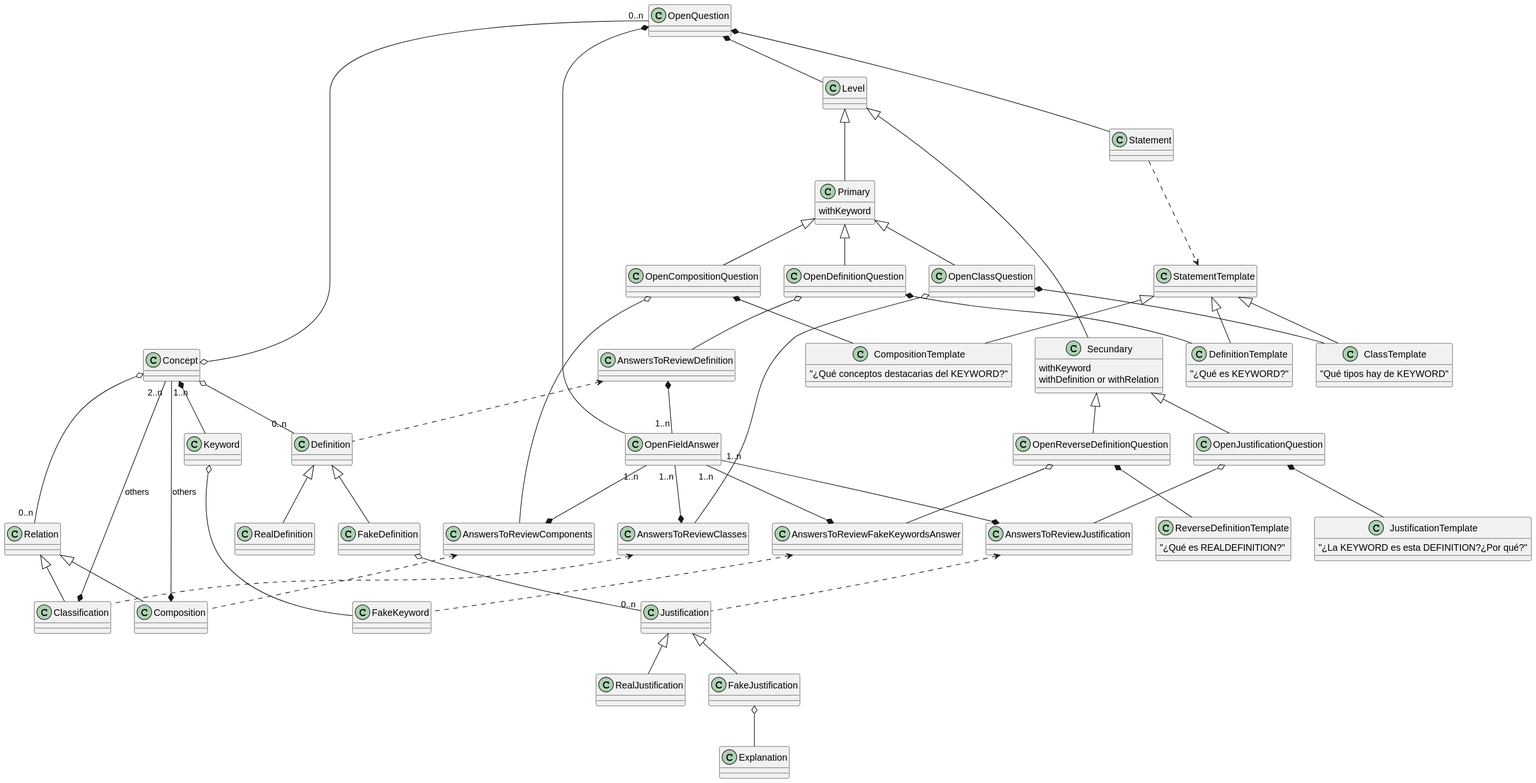
Before: out/doc/dominio_detail_concept/ConceptDomainDetail.svg, a diagram exported from PlantUML (Joselon/ProyectoOpoTest). The source it was exported from:
```plantuml
@startuml ConceptDomainDetail

class Concept

class Keyword

class FakeKeyword

class Definition

class RealDefinition

class FakeDefinition

class Justification

class RealJustification

class FakeJustification

class Explanation

class Relation

class Classification

class Composition

class Level

class Primary {
    withKeyword
}

class Secundary {
    withKeyword
    withDefinition or withRelation
}

class OpenDefinitionQuestion

class OpenClassQuestion

class OpenCompositionQuestion

class OpenReverseDefinitionQuestion

class OpenJustificationQuestion

class OpenQuestion

class Statement

class StatementTemplate


class DefinitionTemplate {
    "¿Qué es KEYWORD?"
}

class ClassTemplate {
    "Qué tipos hay de KEYWORD"
}

class CompositionTemplate {
 "¿Qué conceptos destacarias del KEYWORD?"
}

class JustificationTemplate {
 "¿La KEYWORD es esta DEFINITION?¿Por qué?"
}

class ReverseDefinitionTemplate {
    "¿Qué es REALDEFINITION?"
}

class OpenFieldAnswer

class AnswersToReviewDefinition

class AnswersToReviewJustification

class AnswersToReviewFakeKeywordsAnswer

class AnswersToReviewClasses

OpenQuestion "0..n" -o Concept
OpenQuestion *-- OpenFieldAnswer

Concept *-- Keyword

Concept o--"0..n" Definition
Definition <|-- RealDefinition
Definition <|-- FakeDefinition
FakeDefinition o-- "0..n" Justification
Justification <|-- RealJustification
Justification <|-- FakeJustification
FakeJustification o-- Explanation

Concept o-- "0..n" Relation
Relation <|-- Classification
Relation <|-- Composition
Classification *-- "2..n" Concept: others
Composition *-- "1..n" Concept: others


OpenQuestion *-- Level
OpenQuestion *-- Statement
Statement ..> StatementTemplate

Level <|-- Primary
Level <|-- Secundary

StatementTemplate <|-- DefinitionTemplate
StatementTemplate <|-- ClassTemplate
StatementTemplate <|-- CompositionTemplate

Primary <|-- OpenDefinitionQuestion
OpenDefinitionQuestion *-- DefinitionTemplate
OpenDefinitionQuestion o-- AnswersToReviewDefinition
AnswersToReviewDefinition *-- "1..n" OpenFieldAnswer
AnswersToReviewDefinition <.. Definition

Primary <|-- OpenClassQuestion
OpenClassQuestion *-- ClassTemplate
OpenClassQuestion o-- AnswersToReviewClasses
OpenFieldAnswer "1..n"--* AnswersToReviewClasses
AnswersToReviewClasses <.. Classification

Primary <|-- OpenCompositionQuestion
OpenCompositionQuestion *-- CompositionTemplate
OpenCompositionQuestion o-- AnswersToReviewComponents
OpenFieldAnswer "1..n"--* AnswersToReviewComponents
AnswersToReviewComponents <.. Composition

Secundary <|-- OpenReverseDefinitionQuestion
OpenReverseDefinitionQuestion *-- ReverseDefinitionTemplate
OpenReverseDefinitionQuestion o-- AnswersToReviewFakeKeywordsAnswer
OpenFieldAnswer "1..n"--* AnswersToReviewFakeKeywordsAnswer
AnswersToReviewFakeKeywordsAnswer <.. FakeKeyword
Keyword o--- FakeKeyword

Secundary <|-- OpenJustificationQuestion
OpenJustificationQuestion *-- JustificationTemplate
OpenJustificationQuestion o-- AnswersToReviewJustification
OpenFieldAnswer "1..n"--* AnswersToReviewJustification
AnswersToReviewJustification <.. Justification

@enduml
```
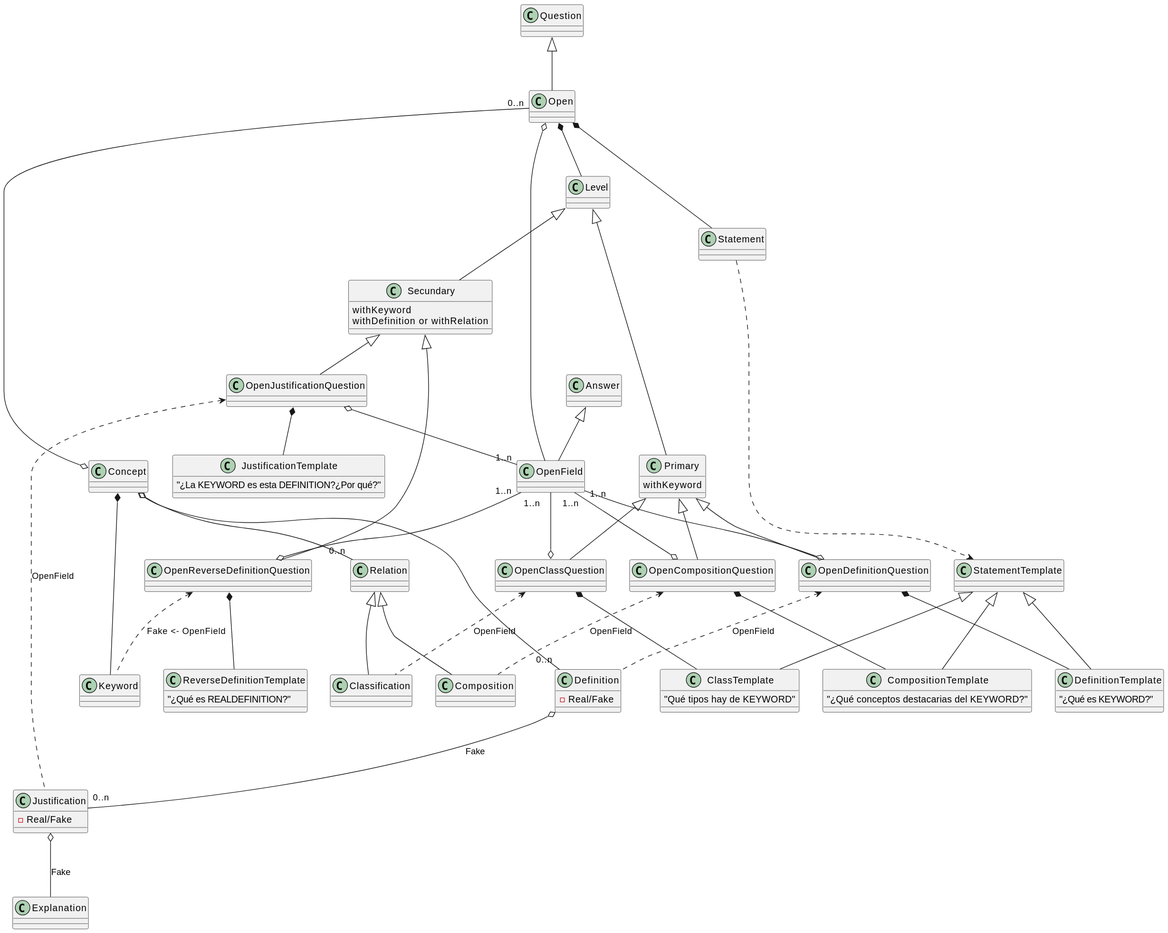
The same file after the commit.

Diff of the diagram source:
```diff
@@ -4,19 +4,13 @@
 
 class Keyword
 
-class FakeKeyword
+class Definition {
+    -Real/Fake
+}
 
-class Definition
-
-class RealDefinition
-
-class FakeDefinition
-
-class Justification
-
-class RealJustification
-
-class FakeJustification
+class Justification {
+    -Real/Fake
+}
 
 class Explanation
 
@@ -47,7 +41,9 @@
 
 class OpenJustificationQuestion
 
-class OpenQuestion
+class Question
+
+class Open
 
 class Statement
 
@@ -63,50 +59,37 @@
 }
 
 class CompositionTemplate {
- "¿Qué conceptos destacarias del KEYWORD?"
+    "¿Qué conceptos destacarias del KEYWORD?"
 }
 
 class JustificationTemplate {
- "¿La KEYWORD es esta DEFINITION?¿Por qué?"
+    "¿La KEYWORD es esta DEFINITION?¿Por qué?"
 }
 
 class ReverseDefinitionTemplate {
     "¿Qué es REALDEFINITION?"
 }
 
-class OpenFieldAnswer
+class Answer
 
-class AnswersToReviewDefinition
+class OpenField
 
-class AnswersToReviewJustification
-
-class AnswersToReviewFakeKeywordsAnswer
-
-class AnswersToReviewClasses
-
-OpenQuestion "0..n" -o Concept
-OpenQuestion *-- OpenFieldAnswer
+Question <|-- Open
+Open "0..n" -o Concept
+Answer <|-- OpenField
+Open o-- OpenField
+Open *-- Level
+Open *-- Statement
+Statement ..> StatementTemplate
 
 Concept *-- Keyword
-
 Concept o--"0..n" Definition
-Definition <|-- RealDefinition
-Definition <|-- FakeDefinition
-FakeDefinition o-- "0..n" Justification
-Justification <|-- RealJustification
-Justification <|-- FakeJustification
-FakeJustification o-- Explanation
+Definition o-- "0..n" Justification:Fake
+Justification o-- Explanation:Fake
 
 Concept o-- "0..n" Relation
 Relation <|-- Classification
 Relation <|-- Composition
-Classification *-- "2..n" Concept: others
-Composition *-- "1..n" Concept: others
-
-
-OpenQuestion *-- Level
-OpenQuestion *-- Statement
-Statement ..> StatementTemplate
 
 Level <|-- Primary
 Level <|-- Secundary
@@ -117,33 +100,27 @@
 
 Primary <|-- OpenDefinitionQuestion
 OpenDefinitionQuestion *-- DefinitionTemplate
-OpenDefinitionQuestion o-- AnswersToReviewDefinition
-AnswersToReviewDefinition *-- "1..n" OpenFieldAnswer
-AnswersToReviewDefinition <.. Definition
+OpenField "1..n" --o OpenDefinitionQuestion
+OpenDefinitionQuestion <.. Definition: OpenField
 
 Primary <|-- OpenClassQuestion
 OpenClassQuestion *-- ClassTemplate
-OpenClassQuestion o-- AnswersToReviewClasses
-OpenFieldAnswer "1..n"--* AnswersToReviewClasses
-AnswersToReviewClasses <.. Classification
+OpenField "1..n"--o OpenClassQuestion
+OpenClassQuestion <.. Classification :OpenField
 
 Primary <|-- OpenCompositionQuestion
 OpenCompositionQuestion *-- CompositionTemplate
-OpenCompositionQuestion o-- AnswersToReviewComponents
-OpenFieldAnswer "1..n"--* AnswersToReviewComponents
-AnswersToReviewComponents <.. Composition
+OpenField "1..n"--o OpenCompositionQuestion
+OpenCompositionQuestion <.. Composition :OpenField
 
 Secundary <|-- OpenReverseDefinitionQuestion
 OpenReverseDefinitionQuestion *-- ReverseDefinitionTemplate
-OpenReverseDefinitionQuestion o-- AnswersToReviewFakeKeywordsAnswer
-OpenFieldAnswer "1..n"--* AnswersToReviewFakeKeywordsAnswer
-AnswersToReviewFakeKeywordsAnswer <.. FakeKeyword
-Keyword o--- FakeKeyword
+OpenField "1..n" --o OpenReverseDefinitionQuestion
+OpenReverseDefinitionQuestion <.. Keyword :Fake <- OpenField
 
 Secundary <|-- OpenJustificationQuestion
 OpenJustificationQuestion *-- JustificationTemplate
-OpenJustificationQuestion o-- AnswersToReviewJustification
-OpenFieldAnswer "1..n"--* AnswersToReviewJustification
-AnswersToReviewJustification <.. Justification
+OpenJustificationQuestion o--"1..n" OpenField
+OpenJustificationQuestion <.. Justification :OpenField
 
 @enduml
```
